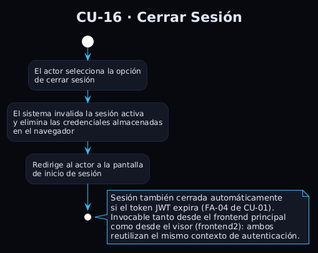
Earlier version of the PlantUML export Estudiantes/cesar-garcia-eguiguren/Capítulo-2/imagenes/CdU/flujoCU16.png (ceesargaarcia/GII-TFG-2026).
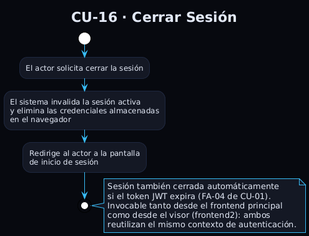
Above is the later version.

Diff of the diagram source:
```diff
@@ -13,8 +13,7 @@
 title CU-16 · Cerrar Sesión
 
 start
-:El actor selecciona la opción
-de cerrar sesión;
+:El actor solicita cerrar la sesión;
 :El sistema invalida la sesión activa
 y elimina las credenciales almacenadas
 en el navegador;
```
